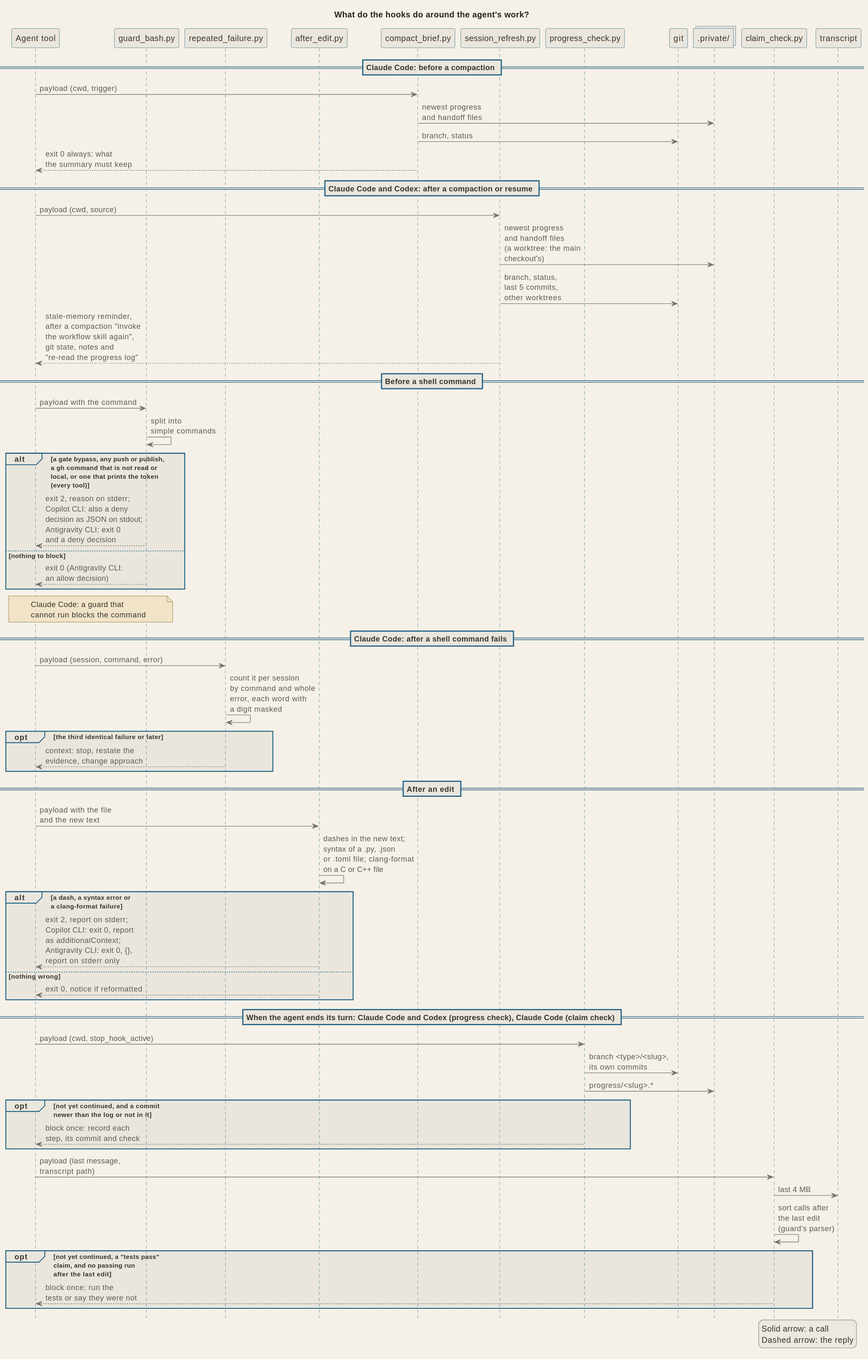
This is docs/diagrams/arch_hooks.svg from signorenne/dotagents, a PlantUML export, as it was before one commit.
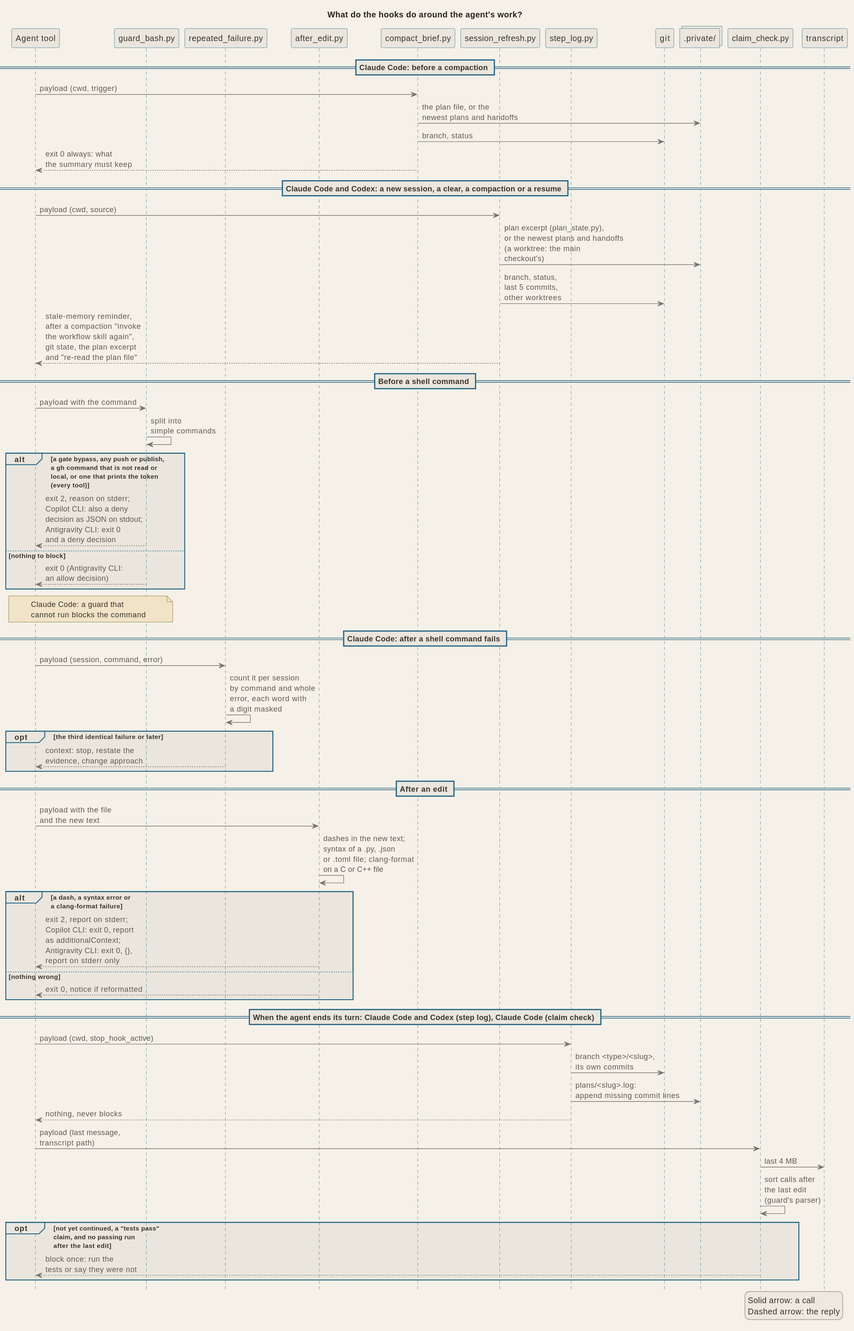
After the change.

The edit, as a diff of the source:
```diff
@@ -9,7 +9,7 @@
 participant "after_edit.py" as edit
 participant "compact_brief.py" as brief
 participant "session_refresh.py" as refresh
-participant "progress_check.py" as progress
+participant "step_log.py" as progress
 participant "git" as git
 collections ".private/" as notes
 participant "claim_check.py" as claim
@@ -17,15 +17,15 @@
 
 == Claude Code: before a compaction ==
 tool -> brief : payload (cwd, trigger)
-brief -> notes : newest progress\nand handoff files
+brief -> notes : the plan file, or the\nnewest plans and handoffs
 brief -> git : branch, status
 brief --> tool : exit 0 always: what\nthe summary must keep
 
-== Claude Code and Codex: after a compaction or resume ==
+== Claude Code and Codex: a new session, a clear, a compaction or a resume ==
 tool -> refresh : payload (cwd, source)
-refresh -> notes : newest progress\nand handoff files\n(a worktree: the main\ncheckout's)
+refresh -> notes : plan excerpt (plan_state.py),\nor the newest plans and handoffs\n(a worktree: the main\ncheckout's)
 refresh -> git : branch, status,\nlast 5 commits,\nother worktrees
-refresh --> tool : stale-memory reminder,\nafter a compaction "invoke\nthe workflow skill again",\ngit state, notes and\n"re-read the progress log"
+refresh --> tool : stale-memory reminder,\nafter a compaction "invoke\nthe workflow skill again",\ngit state, the plan excerpt\nand "re-read the plan file"
 
 == Before a shell command ==
 tool -> guard : payload with the command
@@ -53,13 +53,11 @@
   edit --> tool : exit 0, notice if reformatted
 end
 
-== When the agent ends its turn: Claude Code and Codex (progress check), Claude Code (claim check) ==
+== When the agent ends its turn: Claude Code and Codex (step log), Claude Code (claim check) ==
 tool -> progress : payload (cwd, stop_hook_active)
 progress -> git : branch <type>/<slug>,\nits own commits
-progress -> notes : progress/<slug>.*
-opt not yet continued, and a commit\nnewer than the log or not in it
-  progress --> tool : block once: record each\nstep, its commit and check
-end
+progress -> notes : plans/<slug>.log:\nappend missing commit lines
+progress --> tool : nothing, never blocks
 tool -> claim : payload (last message,\ntranscript path)
 claim -> transcript : last 4 MB
 claim -> claim : sort calls after\nthe last edit\n(guard's parser)
```
